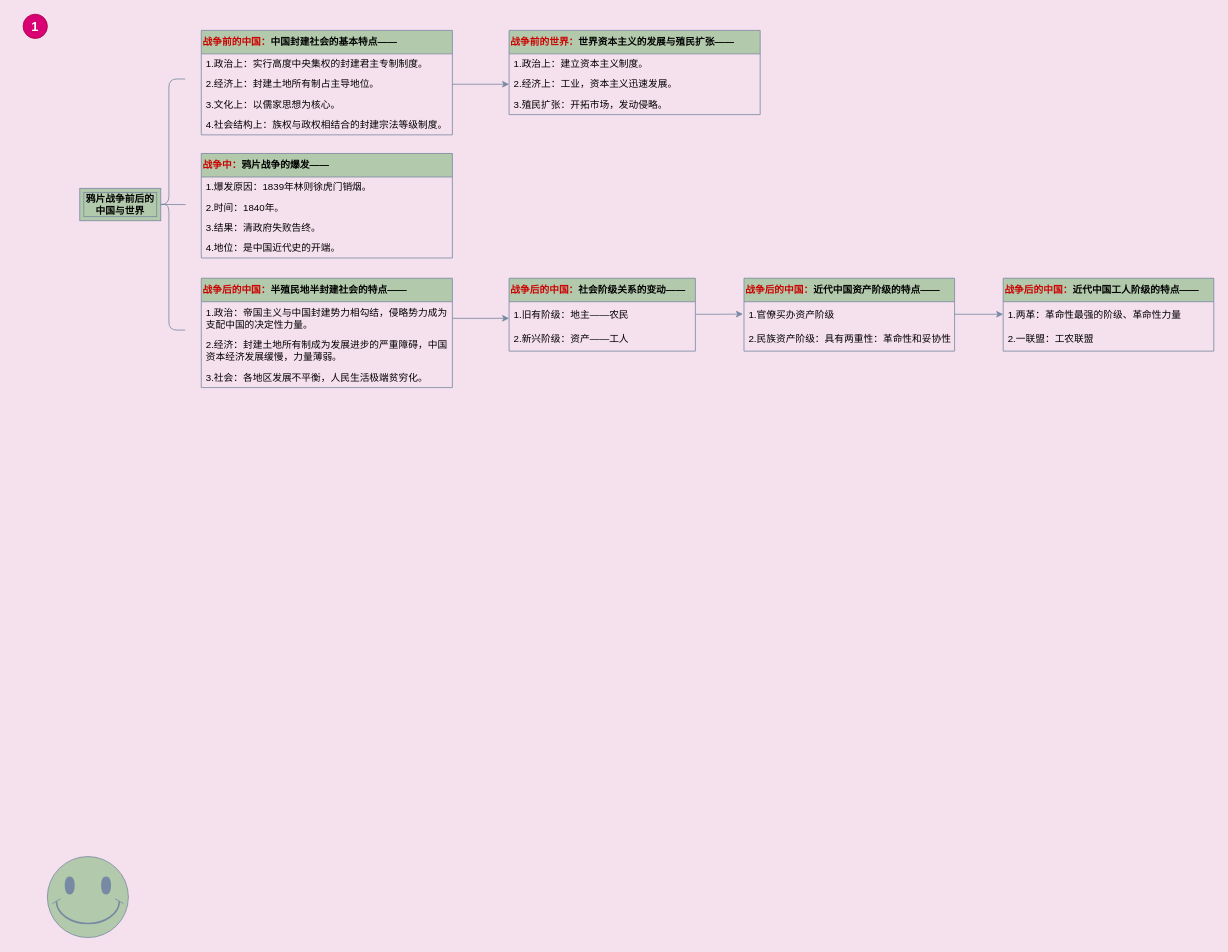
Before: 01/中国近代史纲要.drawio in tianjianyijue/Dashixiong, a draw.io diagram. Source tidied: cells renumbered, new cells numbered last; positions are measured from the earlier drawing's top-left corner, leaving out a move shared by most shapes. Both pictures are drawn from the tidied source at 81%, with x=0, y=0 at pixel (23, 14).
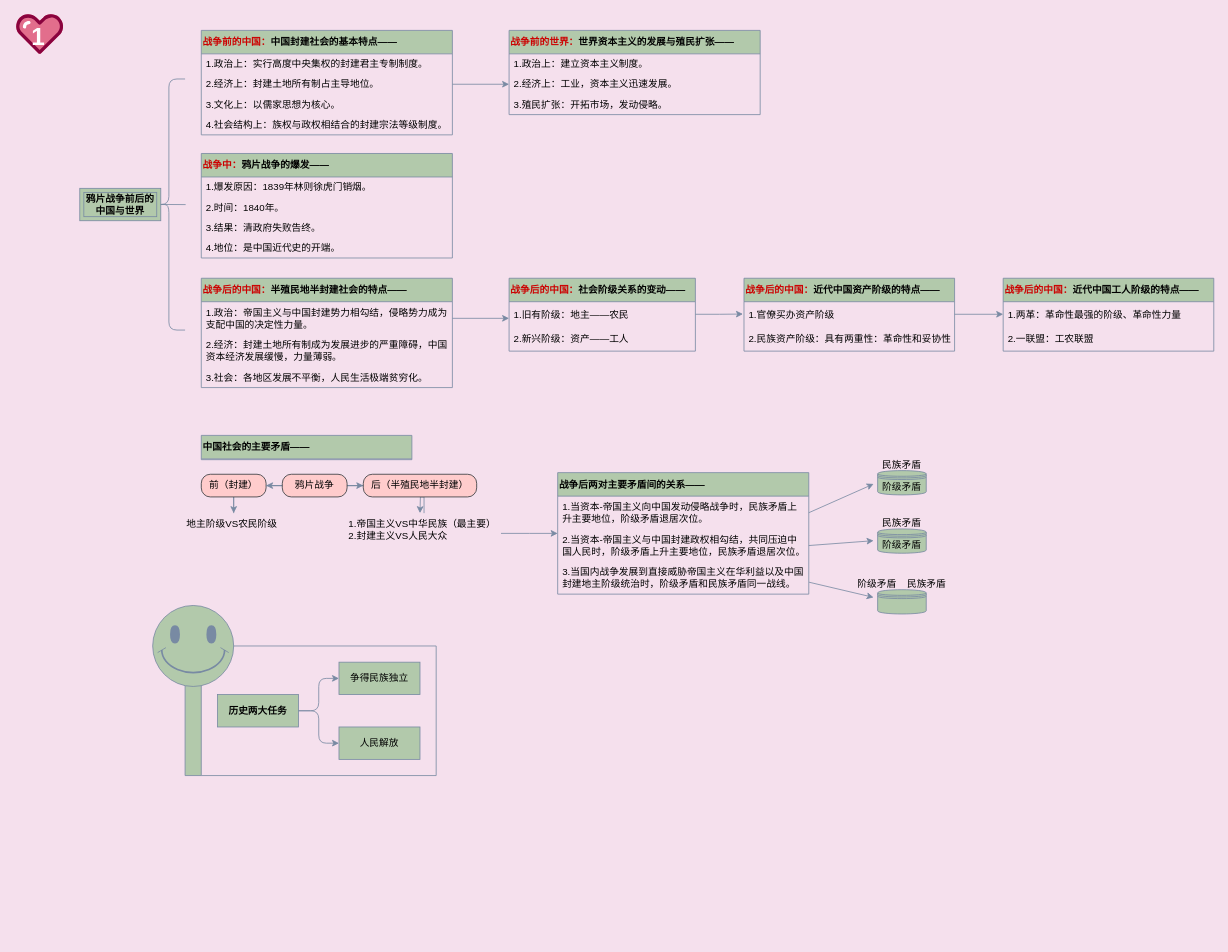
The same diagram, later.

Commit message (it also covers changes not shown here):
更新中国近代史纲要.drawio

Change to the diagram source:
```diff
@@
-    <mxCell id="7" value="1" style="ellipse;whiteSpace=wrap;html=1;rotation=0;strokeColor=#A50040;gradientDirection=east;fillColor=#d80073;rounded=0;fontFamily=Helvetica;fontSize=16;spacingTop=4;spacingBottom=4;spacingLeft=4;spacingRight=4;fontStyle=1;labelBackgroundColor=none;fontColor=#ffffff;" parent="1" vertex="1">
-      <mxGeometry width="30" height="30" as="geometry" />
-    </mxCell>
@@
+    <mxCell id="38" value="中国社会的主要矛盾——" style="swimlane;fontStyle=1;align=left;verticalAlign=middle;horizontal=1;startSize=29;html=1;whiteSpace=wrap;labelBackgroundColor=none;fillColor=#B2C9AB;strokeColor=#788AA3;fontColor=#000000;" parent="1" vertex="1">
+      <mxGeometry x="220" y="520" width="260" height="30" as="geometry" />
+    </mxCell>
+    <mxCell id="39" style="edgeStyle=orthogonalEdgeStyle;rounded=0;jettySize=auto;html=1;strokeColor=#788AA3;fontColor=#46495D;fillColor=#B2C9AB;" parent="1" edge="1" source="46">
+      <mxGeometry relative="1" as="geometry">
+        <mxPoint x="260" y="616" as="targetPoint" />
+      </mxGeometry>
+    </mxCell>
+    <mxCell id="40" value="前（封建）" style="rounded=1;whiteSpace=wrap;html=1;arcSize=40;fillColor=#ffcccc;strokeColor=#36393d;" parent="1" vertex="1">
+      <mxGeometry x="220" y="568" width="80" height="28" as="geometry" />
+    </mxCell>
+    <mxCell id="41" style="edgeStyle=orthogonalEdgeStyle;rounded=0;jettySize=auto;html=1;entryX=1;entryY=0.5;entryDx=0;entryDy=0;strokeColor=#788AA3;fontColor=#46495D;fillColor=#B2C9AB;" parent="1" edge="1" source="43" target="40">
+      <mxGeometry relative="1" as="geometry" />
+    </mxCell>
+    <mxCell id="42" style="edgeStyle=orthogonalEdgeStyle;rounded=0;jettySize=auto;html=1;entryX=0;entryY=0.5;entryDx=0;entryDy=0;strokeColor=#788AA3;fontColor=#46495D;fillColor=#B2C9AB;" parent="1" edge="1" source="43" target="45">
+      <mxGeometry relative="1" as="geometry" />
+    </mxCell>
+    <mxCell id="43" value="鸦片战争" style="rounded=1;whiteSpace=wrap;html=1;arcSize=40;fillColor=#ffcccc;strokeColor=#36393d;" parent="1" vertex="1">
+      <mxGeometry x="320" y="568" width="80" height="28" as="geometry" />
+    </mxCell>
+    <mxCell id="44" style="edgeStyle=orthogonalEdgeStyle;rounded=0;jettySize=auto;html=1;strokeColor=#788AA3;fontColor=#46495D;fillColor=#B2C9AB;" parent="1" edge="1" source="48">
+      <mxGeometry relative="1" as="geometry">
+        <mxPoint x="490" y="616" as="targetPoint" />
+      </mxGeometry>
+    </mxCell>
+    <mxCell id="45" value="后（半殖民地半封建）" style="rounded=1;whiteSpace=wrap;html=1;arcSize=40;fillColor=#ffcccc;strokeColor=#36393d;" parent="1" vertex="1">
+      <mxGeometry x="420" y="568" width="140" height="28" as="geometry" />
+    </mxCell>
+    <mxCell id="46" value="地主阶级VS&lt;span style=&quot;background-color: transparent;&quot;&gt;农民阶级&lt;/span&gt;" style="text;strokeColor=none;align=left;fillColor=none;html=1;verticalAlign=top;whiteSpace=wrap;rounded=0;fontColor=#000000;" parent="1" vertex="1">
+      <mxGeometry x="200" y="616" width="120" height="50" as="geometry" />
+    </mxCell>
+    <mxCell id="47" style="edgeStyle=orthogonalEdgeStyle;rounded=0;jettySize=auto;html=1;strokeColor=#788AA3;fontColor=#000000;fillColor=#B2C9AB;" parent="1" edge="1" source="48">
+      <mxGeometry relative="1" as="geometry">
+        <mxPoint x="660" y="641" as="targetPoint" />
+      </mxGeometry>
+    </mxCell>
+    <mxCell id="48" value="1.帝国主义VS中华民族（最主要）&lt;div&gt;2.封建主义VS人民大众&lt;/div&gt;" style="text;strokeColor=none;align=left;fillColor=none;html=1;verticalAlign=top;whiteSpace=wrap;rounded=0;fontColor=#000000;" parent="1" vertex="1">
+      <mxGeometry x="400" y="616" width="190" height="50" as="geometry" />
+    </mxCell>
+    <mxCell id="49" value="战争后两对主要矛盾间的关系——" style="swimlane;fontStyle=1;align=left;verticalAlign=middle;horizontal=1;startSize=29;html=1;whiteSpace=wrap;labelBackgroundColor=none;fillColor=#B2C9AB;strokeColor=#788AA3;fontColor=#000000;" parent="1" vertex="1">
+      <mxGeometry x="660" y="566" width="310" height="150" as="geometry" />
+    </mxCell>
+    <mxCell id="50" value="1.当资本-帝国主义向中国发动侵略战争时，民族矛盾上升主要地位，阶级矛盾退居次位。" style="text;html=1;strokeColor=none;fillColor=none;align=left;verticalAlign=middle;spacingLeft=4;spacingRight=4;overflow=hidden;points=[[0,0.5],[1,0.5]];portConstraint=eastwest;whiteSpace=wrap;labelBackgroundColor=none;fontColor=#000000;" parent="49" vertex="1">
+      <mxGeometry y="29" width="310" height="41" as="geometry" />
+    </mxCell>
+    <mxCell id="51" value="2.当资本-帝国主义与中国封建政权相勾结，共同压迫中国人民时，阶级矛盾上升主要地位，民族矛盾退居次位。" style="text;html=1;strokeColor=none;fillColor=none;align=left;verticalAlign=middle;spacingLeft=4;spacingRight=4;overflow=hidden;points=[[0,0.5],[1,0.5]];portConstraint=eastwest;whiteSpace=wrap;labelBackgroundColor=none;fontColor=#000000;" parent="49" vertex="1">
+      <mxGeometry y="70" width="310" height="40" as="geometry" />
+    </mxCell>
+    <mxCell id="52" value="3.当国内战争发展到直接威胁帝国主义在华利益以及中国封建地主阶级统治时，阶级矛盾和民族矛盾同一战线。" style="text;html=1;strokeColor=none;fillColor=none;align=left;verticalAlign=middle;spacingLeft=4;spacingRight=4;overflow=hidden;points=[[0,0.5],[1,0.5]];portConstraint=eastwest;whiteSpace=wrap;labelBackgroundColor=none;fontColor=#000000;" parent="49" vertex="1">
+      <mxGeometry y="110" width="310" height="40" as="geometry" />
+    </mxCell>
+    <mxCell id="53" value="阶级矛盾" style="shape=datastore;whiteSpace=wrap;html=1;strokeColor=#788AA3;fontColor=#000000;fillColor=#B2C9AB;" parent="1" vertex="1">
+      <mxGeometry x="1055" y="563.5" width="60" height="30" as="geometry" />
+    </mxCell>
+    <mxCell id="54" value="民族矛盾" style="text;strokeColor=none;align=center;fillColor=none;html=1;verticalAlign=middle;whiteSpace=wrap;rounded=0;fontColor=#000000;" parent="1" vertex="1">
+      <mxGeometry x="1055" y="541.5" width="60" height="30" as="geometry" />
+    </mxCell>
+    <mxCell id="55" value="阶级矛盾" style="shape=datastore;whiteSpace=wrap;html=1;strokeColor=#788AA3;fontColor=#000000;fillColor=#B2C9AB;" parent="1" vertex="1">
+      <mxGeometry x="1055" y="635.5" width="60" height="30" as="geometry" />
+    </mxCell>
+    <mxCell id="56" value="民族矛盾" style="text;strokeColor=none;align=center;fillColor=none;html=1;verticalAlign=middle;whiteSpace=wrap;rounded=0;fontColor=#000000;" parent="1" vertex="1">
+      <mxGeometry x="1055" y="613.5" width="60" height="30" as="geometry" />
+    </mxCell>
+    <mxCell id="57" style="shape=datastore;whiteSpace=wrap;html=1;strokeColor=#788AA3;fontColor=#000000;fillColor=#B2C9AB;" parent="1" vertex="1">
+      <mxGeometry x="1055" y="710.5" width="60" height="30" as="geometry" />
+    </mxCell>
+    <mxCell id="58" value="阶级矛盾&amp;nbsp; &amp;nbsp; 民族矛盾" style="text;strokeColor=none;align=center;fillColor=none;html=1;verticalAlign=middle;whiteSpace=wrap;rounded=0;fontColor=#000000;" parent="1" vertex="1">
+      <mxGeometry x="1020" y="688.5" width="130" height="30" as="geometry" />
+    </mxCell>
+    <mxCell id="59" style="endArrow=classic;html=1;rounded=0;strokeColor=#788AA3;fontColor=#000000;fillColor=#B2C9AB;exitX=1;exitY=0.5;exitDx=0;exitDy=0;" parent="1" edge="1" source="50">
+      <mxGeometry relative="1" as="geometry">
+        <mxPoint x="1050" y="580" as="targetPoint" />
+      </mxGeometry>
+    </mxCell>
+    <mxCell id="60" style="endArrow=classic;html=1;rounded=0;strokeColor=#788AA3;fontColor=#000000;fillColor=#B2C9AB;exitX=1;exitY=0.5;exitDx=0;exitDy=0;" parent="1" edge="1" source="51">
+      <mxGeometry relative="1" as="geometry">
+        <mxPoint x="1050" y="650" as="targetPoint" />
+      </mxGeometry>
+    </mxCell>
+    <mxCell id="61" style="endArrow=classic;html=1;rounded=0;strokeColor=#788AA3;fontColor=#000000;fillColor=#B2C9AB;exitX=1.001;exitY=0.632;exitDx=0;exitDy=0;exitPerimeter=0;" parent="1" edge="1" source="52">
+      <mxGeometry relative="1" as="geometry">
+        <mxPoint x="1050" y="720" as="targetPoint" />
+      </mxGeometry>
+    </mxCell>
+    <mxCell id="62" style="swimlane;startSize=20;horizontal=0;horizontalTree=1;sortEdges=1;containerType=tree;fontSize=12;strokeColor=#788AA3;fontColor=#000000;fillColor=#B2C9AB;" parent="1" vertex="1">
+      <mxGeometry x="200" y="780" width="310" height="160" as="geometry" />
+    </mxCell>
+    <mxCell id="63" value="历史两大任务" style="whiteSpace=wrap;html=1;strokeColor=#788AA3;fontColor=#000000;fillColor=#B2C9AB;fontStyle=1;" parent="62" vertex="1">
+      <mxGeometry x="40" y="60" width="100" height="40" as="geometry" />
+    </mxCell>
+    <mxCell id="64" value="争得民族独立" style="whiteSpace=wrap;html=1;strokeColor=#788AA3;fontColor=#000000;fillColor=#B2C9AB;" parent="62" vertex="1">
+      <mxGeometry x="190" y="20" width="100" height="40" as="geometry" />
+    </mxCell>
+    <mxCell id="65" style="edgeStyle=elbowEdgeStyle;elbow=horizontal;html=1;rounded=1;curved=0;sourcePerimeterSpacing=0;targetPerimeterSpacing=0;startSize=6;endSize=6;strokeColor=#788AA3;fontColor=#000000;fillColor=#B2C9AB;" parent="62" edge="1" source="63" target="64">
+      <mxGeometry relative="1" as="geometry" />
+    </mxCell>
+    <mxCell id="66" value="人民解放" style="whiteSpace=wrap;html=1;strokeColor=#788AA3;fontColor=#000000;fillColor=#B2C9AB;" parent="62" vertex="1">
+      <mxGeometry x="190" y="100" width="100" height="40" as="geometry" />
+    </mxCell>
+    <mxCell id="67" style="edgeStyle=elbowEdgeStyle;elbow=horizontal;html=1;rounded=1;curved=0;sourcePerimeterSpacing=0;targetPerimeterSpacing=0;startSize=6;endSize=6;strokeColor=#788AA3;fontColor=#000000;fillColor=#B2C9AB;" parent="62" edge="1" source="63" target="66">
+      <mxGeometry relative="1" as="geometry" />
+    </mxCell>
-    <mxCell id="37" style="verticalLabelPosition=bottom;verticalAlign=top;html=1;shape=mxgraph.basic.smiley;strokeColor=#788AA3;fontColor=#46495D;fillColor=#B2C9AB;" parent="1" vertex="1">
-      <mxGeometry x="30" y="1040" width="100" height="100" as="geometry" />
+    <mxCell id="37" style="verticalLabelPosition=top;verticalAlign=bottom;html=1;shape=mxgraph.basic.smiley;strokeColor=#788AA3;fontColor=#000000;fillColor=#B2C9AB;labelPosition=center;align=center;" parent="1" vertex="1">
+      <mxGeometry x="160" y="730" width="100" height="100" as="geometry" />
     </mxCell>
+    <mxCell id="68" style="group;" parent="1" vertex="1">
+      <mxGeometry x="-10" width="61" height="49.2" as="geometry" />
+    </mxCell>
+    <mxCell id="69" style="group;" parent="68" vertex="1">
+      <mxGeometry x="-1" width="62" height="49.2" as="geometry" />
+    </mxCell>
+    <mxCell id="70" style="verticalLabelPosition=bottom;html=1;shape=mxgraph.salesforce.service;strokeColor=#788AA3;fontColor=#46495D;fillColor=#B2C9AB;" parent="69" vertex="1">
+      <mxGeometry x="2" width="60" height="49.2" as="geometry" />
+    </mxCell>
+    <mxCell id="7" value="&lt;font style=&quot;color: rgb(255, 255, 255);&quot;&gt;1&lt;/font&gt;" style="text;strokeColor=none;align=center;fillColor=none;html=1;verticalAlign=middle;whiteSpace=wrap;rounded=0;fontColor=#000000;fontStyle=1;fontSize=30;" parent="69" vertex="1">
+      <mxGeometry y="11.6" width="60" height="30" as="geometry" />
+    </mxCell>
```
